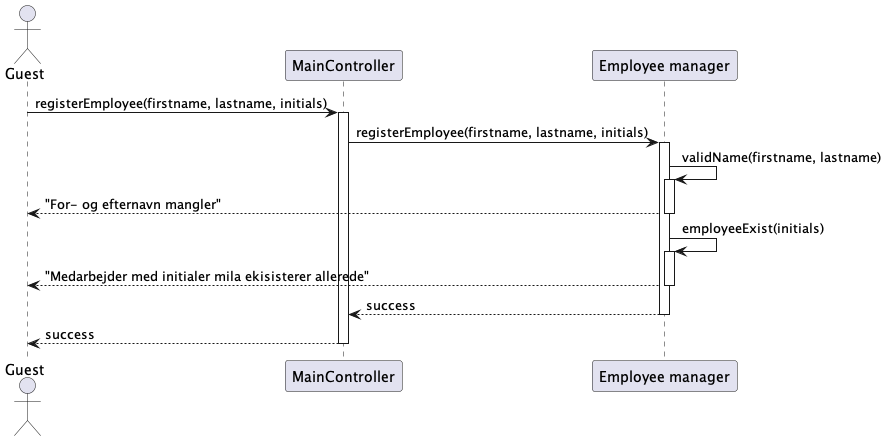
Earlier version of the PlantUML export RequirementsAndDesign/Diagrams/seq_register_employee.png (rwiuff/02161ExamProject).
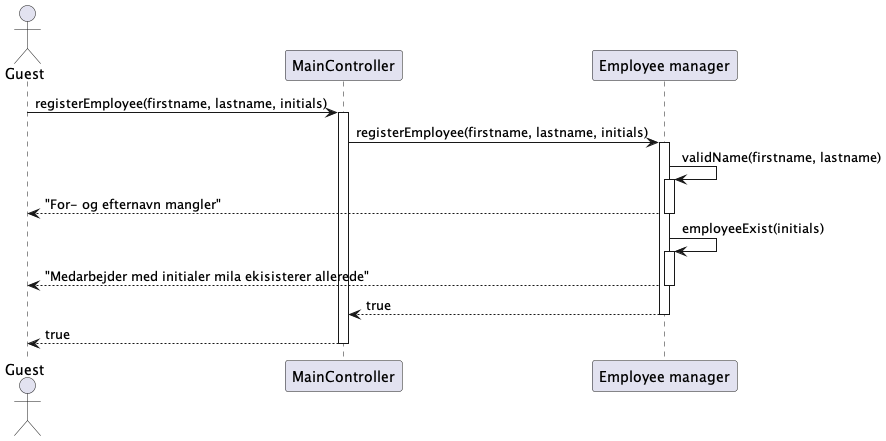
After the change.

What changed in the source:
```diff
@@ -20,7 +20,7 @@
 em --> guest : "Medarbejder med initialer mila ekisisterer allerede"
 deactivate em
 
-return success
-return success
+return true
+return true
 
 @enduml
```
